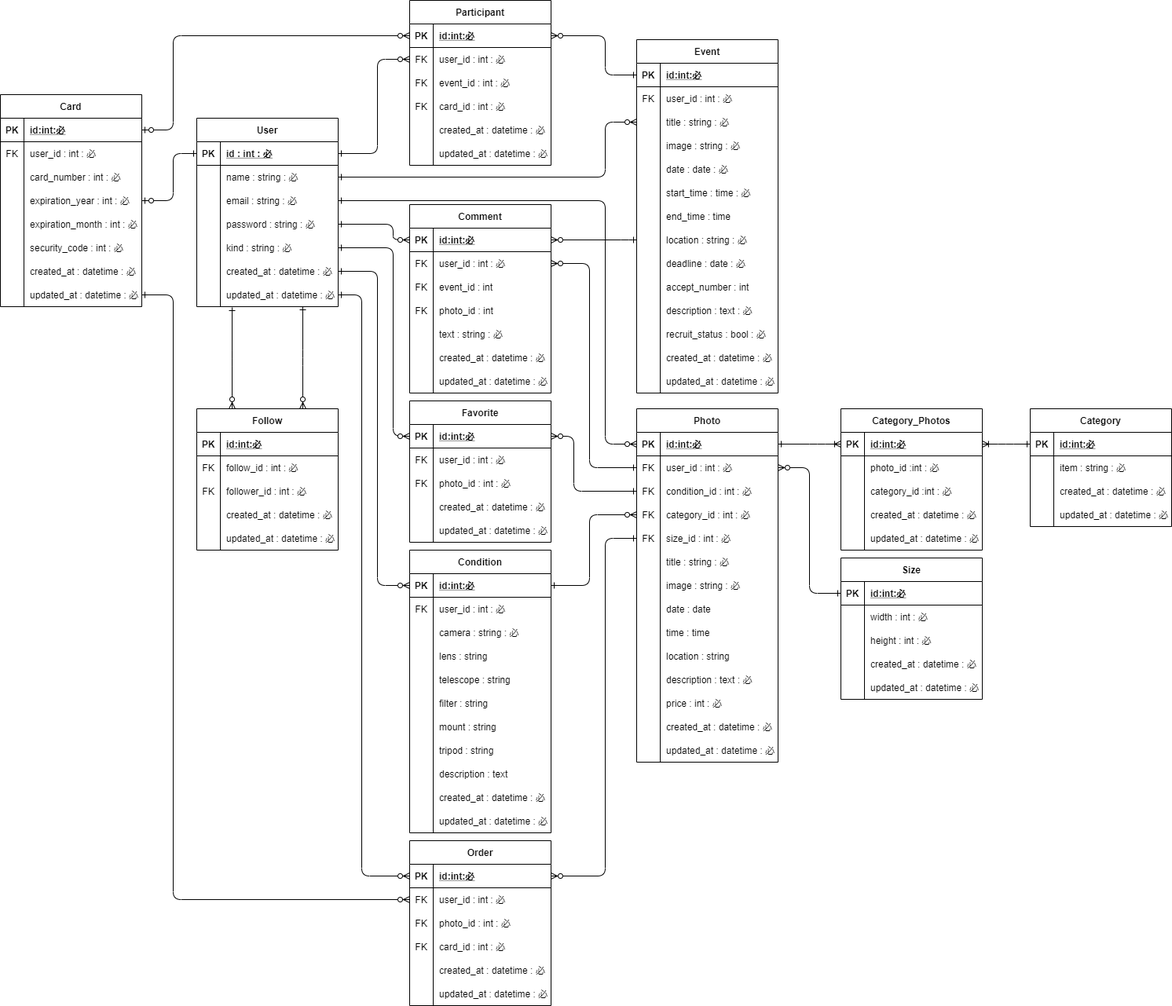
UtaSuzuki/astrogram keeps this draw.io diagram as outline/ERchart.png. Above is the earlier version. Source tidied: cells renumbered, new cells last; positions are measured from the earlier drawing's top-left corner, leaving out a move shared by most shapes.
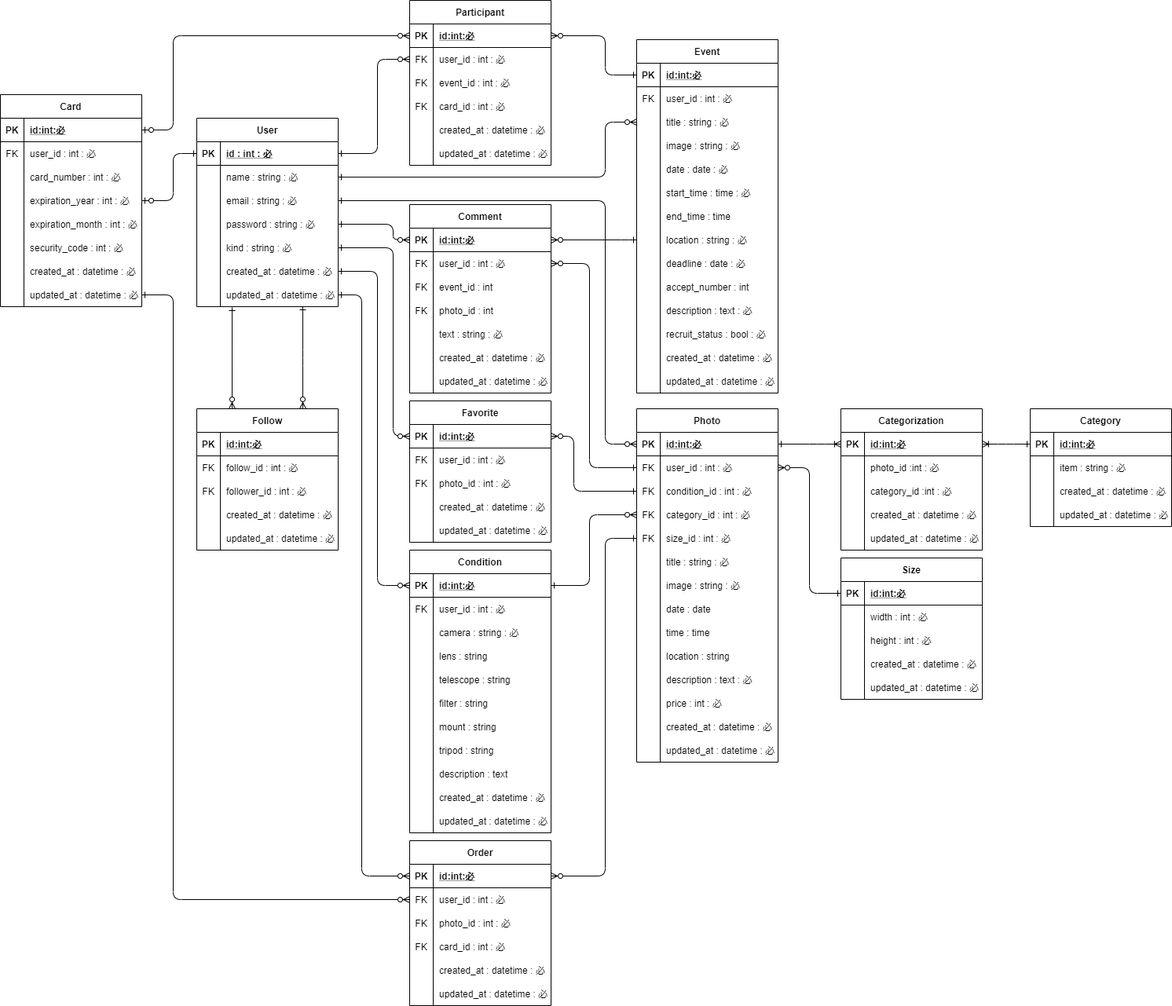
After the change.

Change to the diagram source:
```diff
@@ -1018,7 +1018,7 @@
         </Array>
       </mxGeometry>
     </mxCell>
-    <mxCell id="310" value="Category_Photos" style="shape=table;startSize=30;rowLines=0;fontStyle=1;align=center;" parent="1" vertex="1">
+    <mxCell id="310" value="Categorization" style="shape=table;startSize=30;rowLines=0;fontStyle=1;align=center;" parent="1" vertex="1">
       <mxGeometry x="1070" y="520" width="180" height="180" as="geometry" />
     </mxCell>
     <mxCell id="311" style="shape=partialRectangle;fillColor=none;top=0;left=0;bottom=1;right=0;points=[[0,0.5],[1,0.5]];portConstraint=eastwest;" parent="310" vertex="1">
```
